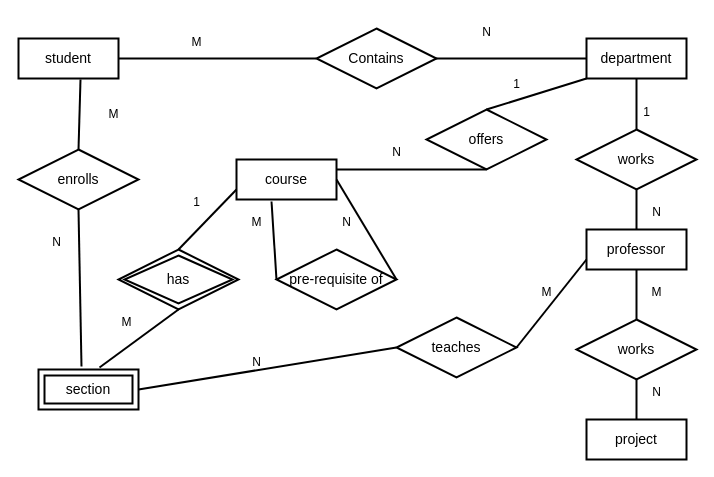
Above: erd ecommerce.drawio in mzndnes/tic (draw.io), before the change. Source tidied: cells renumbered, new cells numbered last; positions are measured from the earlier drawing's top-left corner, leaving out a move shared by most shapes. Both pictures are drawn from the tidied source at 100%, with x=0, y=0 at pixel (18, 17).
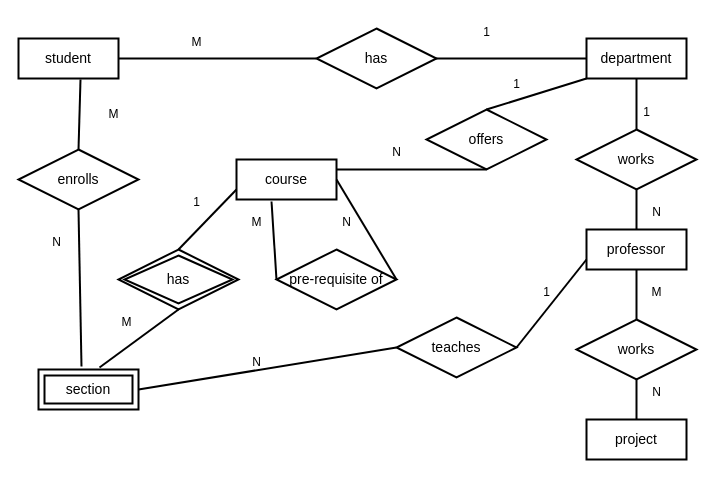
Above is the later version.

Diff of the diagram source:
```diff
@@
-    <mxCell id="5" value="Contains" style="shape=rhombus;perimeter=rhombusPerimeter;whiteSpace=wrap;html=1;align=center;strokeWidth=2;fontSize=14;" parent="1" vertex="1">
+    <mxCell id="5" value="has" style="shape=rhombus;perimeter=rhombusPerimeter;whiteSpace=wrap;html=1;align=center;strokeWidth=2;fontSize=14;" parent="1" vertex="1">
       <mxGeometry x="298" y="11" width="120" height="60" as="geometry" />
     </mxCell>
@@
-    <mxCell id="35" value="N" style="text;html=1;align=center;verticalAlign=middle;strokeColor=none;fillColor=none;" parent="1" vertex="1">
+    <mxCell id="35" value="1" style="text;html=1;align=center;verticalAlign=middle;strokeColor=none;fillColor=none;" parent="1" vertex="1">
       <mxGeometry x="453" width="30" height="30" as="geometry" />
     </mxCell>
@@
-    <mxCell id="47" value="M" style="text;html=1;align=center;verticalAlign=middle;strokeColor=none;fillColor=none;" parent="1" vertex="1">
+    <mxCell id="47" value="1" style="text;html=1;align=center;verticalAlign=middle;strokeColor=none;fillColor=none;" parent="1" vertex="1">
       <mxGeometry x="513" y="260" width="30" height="30" as="geometry" />
     </mxCell>
```
